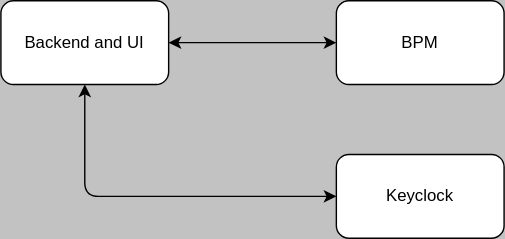
valentine20xx/pc-store-app keeps this draw.io diagram as documentation/architecture.svg. Above is the earlier version. Source tidied: cells renumbered, new cells last; positions are measured from the earlier drawing's top-left corner, leaving out a move shared by most shapes. Its diagram source:
```xml
<mxGraphModel background="#C2C2C2">
  <root>
    <mxCell id="0" />
    <mxCell id="1" parent="0" />
    <mxCell id="2" style="edgeStyle=orthogonalEdgeStyle;jettySize=auto;html=1;startArrow=classic;startFill=1;entryX=0;entryY=0.5;entryDx=0;entryDy=0;exitX=0.5;exitY=1;exitDx=0;exitDy=0;" parent="1" edge="1" source="4" target="6">
      <mxGeometry relative="1" as="geometry" />
    </mxCell>
    <mxCell id="3" style="edgeStyle=orthogonalEdgeStyle;jettySize=auto;html=1;startArrow=classic;startFill=1;" parent="1" edge="1" source="4" target="5">
      <mxGeometry relative="1" as="geometry" />
    </mxCell>
    <mxCell id="4" value="Backend and UI" style="whiteSpace=wrap;html=1;rounded=1;" parent="1" vertex="1">
      <mxGeometry width="120" height="60" as="geometry" />
    </mxCell>
    <mxCell id="5" value="BPM" style="whiteSpace=wrap;html=1;rounded=1;" parent="1" vertex="1">
      <mxGeometry x="240" width="120" height="60" as="geometry" />
    </mxCell>
    <mxCell id="6" value="Keyclock" style="whiteSpace=wrap;html=1;rounded=1;" parent="1" vertex="1">
      <mxGeometry x="240" y="110" width="120" height="60" as="geometry" />
    </mxCell>
  </root>
</mxGraphModel>
```
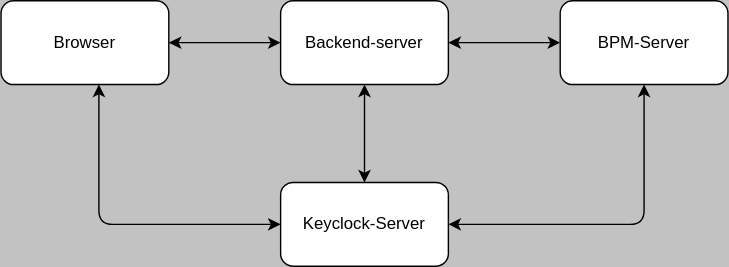
The same file after the commit.

The edit, as a diff of the source:
```diff
@@ -2,20 +2,45 @@
   <root>
     <mxCell id="0" />
     <mxCell id="1" parent="0" />
-    <mxCell id="2" style="edgeStyle=orthogonalEdgeStyle;jettySize=auto;html=1;startArrow=classic;startFill=1;entryX=0;entryY=0.5;entryDx=0;entryDy=0;exitX=0.5;exitY=1;exitDx=0;exitDy=0;" parent="1" edge="1" source="4" target="6">
-      <mxGeometry relative="1" as="geometry" />
-    </mxCell>
-    <mxCell id="3" style="edgeStyle=orthogonalEdgeStyle;jettySize=auto;html=1;startArrow=classic;startFill=1;" parent="1" edge="1" source="4" target="5">
-      <mxGeometry relative="1" as="geometry" />
-    </mxCell>
-    <mxCell id="4" value="Backend and UI" style="whiteSpace=wrap;html=1;rounded=1;" parent="1" vertex="1">
-      <mxGeometry width="120" height="60" as="geometry" />
-    </mxCell>
+    <mxCell id="7" style="edgeStyle=orthogonalEdgeStyle;rounded=1;jettySize=auto;html=1;startArrow=classic;startFill=1;" parent="1" edge="1" source="5" target="13">
+      <mxGeometry relative="1" as="geometry" />
+    </mxCell>
+    <mxCell id="8" style="edgeStyle=orthogonalEdgeStyle;rounded=1;jettySize=auto;html=1;entryX=1;entryY=0.5;entryDx=0;entryDy=0;startArrow=classic;startFill=1;exitX=0.5;exitY=1;exitDx=0;exitDy=0;" parent="1" edge="1" source="5" target="6">
+      <mxGeometry relative="1" as="geometry">
+        <Array as="points">
+          <mxPoint x="370" y="60" />
+        </Array>
+      </mxGeometry>
+    </mxCell>
-    <mxCell id="5" value="BPM" style="whiteSpace=wrap;html=1;rounded=1;" parent="1" vertex="1">
-      <mxGeometry x="240" width="120" height="60" as="geometry" />
+    <mxCell id="5" value="BPM-Server" style="whiteSpace=wrap;html=1;rounded=1;" parent="1" vertex="1">
+      <mxGeometry x="310" y="-100" width="120" height="60" as="geometry" />
     </mxCell>
+    <mxCell id="9" style="edgeStyle=orthogonalEdgeStyle;rounded=1;jettySize=auto;html=1;entryX=0.5;entryY=1;entryDx=0;entryDy=0;startArrow=classic;startFill=1;exitX=0.5;exitY=0;exitDx=0;exitDy=0;" parent="1" edge="1" source="6" target="13">
+      <mxGeometry relative="1" as="geometry">
+        <Array as="points">
+          <mxPoint x="170" y="-20" />
+          <mxPoint x="170" y="-20" />
+        </Array>
+      </mxGeometry>
+    </mxCell>
-    <mxCell id="6" value="Keyclock" style="whiteSpace=wrap;html=1;rounded=1;" parent="1" vertex="1">
-      <mxGeometry x="240" y="110" width="120" height="60" as="geometry" />
+    <mxCell id="6" value="Keyclock-Server" style="whiteSpace=wrap;html=1;rounded=1;" parent="1" vertex="1">
+      <mxGeometry x="110" y="30" width="120" height="60" as="geometry" />
     </mxCell>
+    <mxCell id="10" style="edgeStyle=orthogonalEdgeStyle;rounded=1;jettySize=auto;html=1;entryX=0;entryY=0.5;entryDx=0;entryDy=0;startArrow=classic;startFill=1;" parent="1" edge="1" source="12" target="6">
+      <mxGeometry relative="1" as="geometry">
+        <Array as="points">
+          <mxPoint x="-20" y="60" />
+        </Array>
+      </mxGeometry>
+    </mxCell>
+    <mxCell id="11" style="edgeStyle=orthogonalEdgeStyle;rounded=1;jettySize=auto;html=1;startArrow=classic;startFill=1;" parent="1" edge="1" source="12" target="13">
+      <mxGeometry relative="1" as="geometry" />
+    </mxCell>
+    <mxCell id="12" value="Browser" style="rounded=1;whiteSpace=wrap;html=1;" parent="1" vertex="1">
+      <mxGeometry x="-90" y="-100" width="120" height="60" as="geometry" />
+    </mxCell>
+    <mxCell id="13" value="Backend-server" style="rounded=1;whiteSpace=wrap;html=1;" parent="1" vertex="1">
+      <mxGeometry x="110" y="-100" width="120" height="60" as="geometry" />
+    </mxCell>
   </root>
 </mxGraphModel>
```
